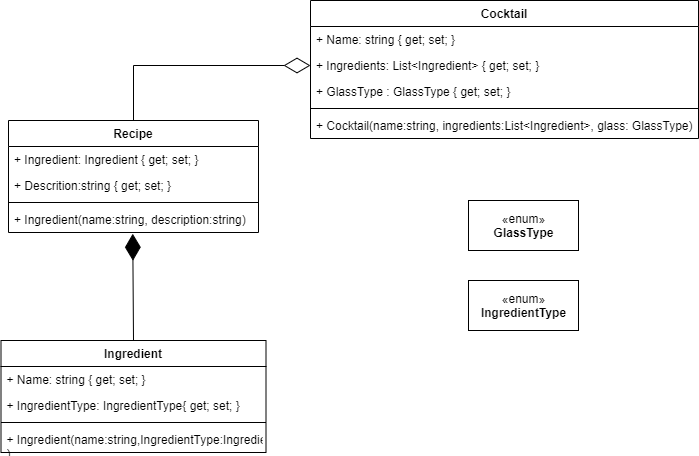
Before: ClassDiagram.png, a diagram exported from draw.io (jonash871j/H2-Cocktails-EntityFramework). Source tidied: cells renumbered, new cells last; positions are measured from the earlier drawing's top-left corner, leaving out a move shared by most shapes.
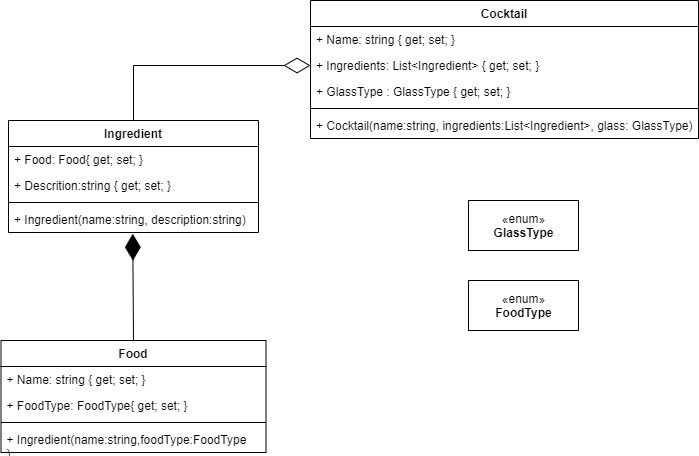
The same file after the commit.

The edit, as a diff of the source:
```diff
@@ -20,10 +20,10 @@
     <mxCell id="7" value="+ Cocktail(name:string, ingredients:List&lt;Ingredient&gt;, glass: GlassType)" style="text;strokeColor=none;fillColor=none;align=left;verticalAlign=top;spacingLeft=4;spacingRight=4;overflow=hidden;" parent="2" vertex="1">
       <mxGeometry y="112" width="388" height="26" as="geometry" />
     </mxCell>
-    <mxCell id="8" value="Recipe" style="swimlane;fontStyle=1;align=center;verticalAlign=top;horizontal=1;startSize=26;" parent="1" vertex="1">
+    <mxCell id="8" value="Ingredient" style="swimlane;fontStyle=1;align=center;verticalAlign=top;horizontal=1;startSize=26;" parent="1" vertex="1">
       <mxGeometry x="8" y="120" width="250" height="112" as="geometry" />
     </mxCell>
-    <mxCell id="9" value="+ Ingredient: Ingredient { get; set; }" style="text;strokeColor=none;fillColor=none;align=left;verticalAlign=top;spacingLeft=4;spacingRight=4;overflow=hidden;" parent="8" vertex="1">
+    <mxCell id="9" value="+ Food: Food{ get; set; }" style="text;strokeColor=none;fillColor=none;align=left;verticalAlign=top;spacingLeft=4;spacingRight=4;overflow=hidden;" parent="8" vertex="1">
       <mxGeometry y="26" width="250" height="26" as="geometry" />
     </mxCell>
     <mxCell id="10" value="+ Descrition:string { get; set; }" style="text;strokeColor=none;fillColor=none;align=left;verticalAlign=top;spacingLeft=4;spacingRight=4;overflow=hidden;" parent="8" vertex="1">
@@ -45,25 +45,25 @@
     <mxCell id="14" value="«enum»&lt;br&gt;&lt;b&gt;GlassType&lt;/b&gt;" style="html=1;" parent="1" vertex="1">
       <mxGeometry x="468" y="200" width="110" height="50" as="geometry" />
     </mxCell>
-    <mxCell id="15" value="Ingredient" style="swimlane;fontStyle=1;align=center;verticalAlign=top;horizontal=1;startSize=26;" parent="1" vertex="1">
+    <mxCell id="15" value="Food" style="swimlane;fontStyle=1;align=center;verticalAlign=top;horizontal=1;startSize=26;" parent="1" vertex="1">
       <mxGeometry x="0.5" y="340" width="265" height="112" as="geometry" />
     </mxCell>
     <mxCell id="16" value="+ Name: string { get; set; }" style="text;strokeColor=none;fillColor=none;align=left;verticalAlign=top;spacingLeft=4;spacingRight=4;overflow=hidden;" parent="15" vertex="1">
       <mxGeometry y="26" width="265" height="26" as="geometry" />
     </mxCell>
-    <mxCell id="17" value="+ IngredientType: IngredientType{ get; set; }" style="text;strokeColor=none;fillColor=none;align=left;verticalAlign=top;spacingLeft=4;spacingRight=4;overflow=hidden;" parent="15" vertex="1">
+    <mxCell id="17" value="+ FoodType: FoodType{ get; set; }" style="text;strokeColor=none;fillColor=none;align=left;verticalAlign=top;spacingLeft=4;spacingRight=4;overflow=hidden;" parent="15" vertex="1">
       <mxGeometry y="52" width="265" height="26" as="geometry" />
     </mxCell>
     <mxCell id="18" style="line;strokeWidth=1;fillColor=none;align=left;verticalAlign=middle;spacingTop=-1;spacingLeft=3;spacingRight=3;labelPosition=right;" parent="15" vertex="1">
       <mxGeometry y="78" width="265" height="8" as="geometry" />
     </mxCell>
-    <mxCell id="19" value="+ Ingredient(name:string,IngredientType:IngredientType)&#10;)" style="text;strokeColor=none;fillColor=none;align=left;verticalAlign=top;spacingLeft=4;spacingRight=4;overflow=hidden;" parent="15" vertex="1">
+    <mxCell id="19" value="+ Ingredient(name:string,foodType:FoodType&#10;)&#10;)" style="text;strokeColor=none;fillColor=none;align=left;verticalAlign=top;spacingLeft=4;spacingRight=4;overflow=hidden;" parent="15" vertex="1">
       <mxGeometry y="86" width="265" height="26" as="geometry" />
     </mxCell>
     <mxCell id="20" style="endArrow=diamondThin;endFill=1;endSize=24;html=1;entryX=0.497;entryY=1.048;entryDx=0;entryDy=0;exitX=0.5;exitY=0;exitDx=0;exitDy=0;entryPerimeter=0;" parent="1" edge="1" source="15" target="12">
       <mxGeometry relative="1" as="geometry" />
     </mxCell>
-    <mxCell id="21" value="«enum»&lt;br&gt;&lt;b&gt;IngredientType&lt;/b&gt;" style="html=1;" parent="1" vertex="1">
+    <mxCell id="21" value="«enum»&lt;br&gt;&lt;b&gt;FoodType&lt;/b&gt;" style="html=1;" parent="1" vertex="1">
       <mxGeometry x="468" y="280" width="110" height="50" as="geometry" />
     </mxCell>
   </root>
```
